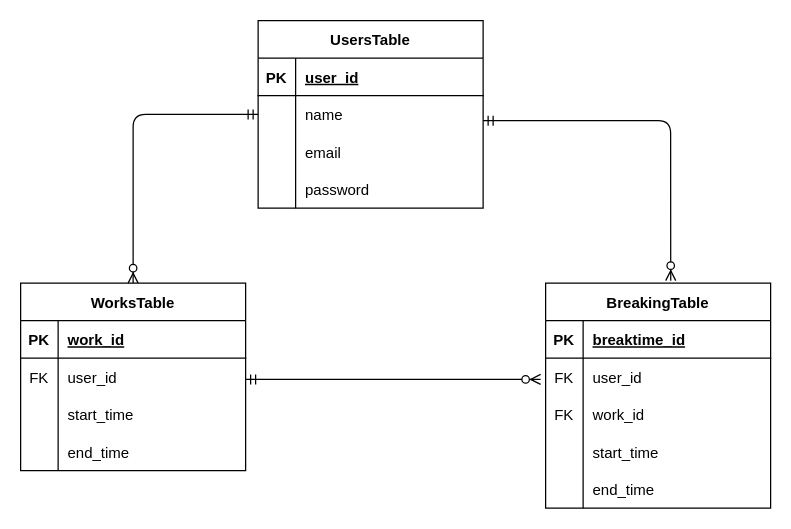
Earlier version of the draw.io diagram ER.dio (piroshi1989/atte). Source tidied: cells renumbered, new cells numbered last; positions are measured from the earlier drawing's top-left corner, leaving out a move shared by most shapes. Both pictures are drawn from the tidied source at 125%, with x=0, y=0 at pixel (20, 20).
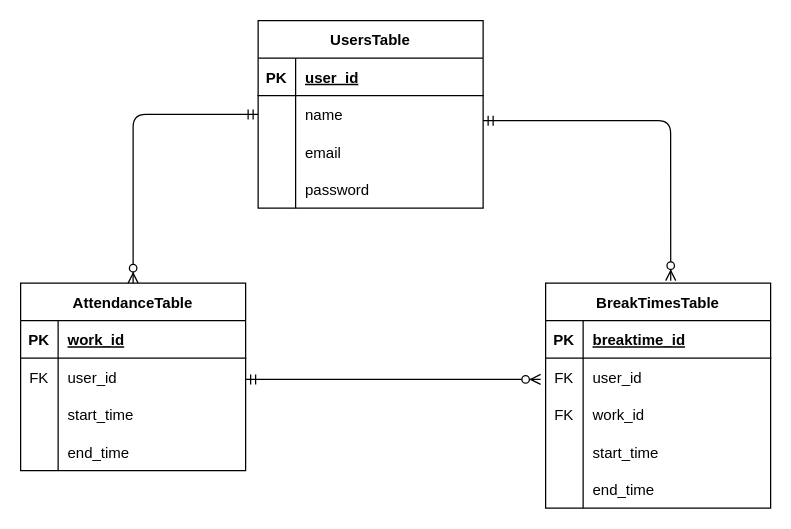
Above is the later version.

The edit, as a diff of the source:
```diff
@@
-    <mxCell id="15" value="WorksTable" style="shape=table;startSize=30;childLayout=tableLayout;rowLines=0;fontStyle=1;align=center;" parent="1" vertex="1">
+    <mxCell id="15" value="AttendanceTable" style="shape=table;startSize=30;childLayout=tableLayout;rowLines=0;fontStyle=1;align=center;" parent="1" vertex="1">
       <mxGeometry y="210" width="180" height="150" as="geometry" />
     </mxCell>
@@
-    <mxCell id="28" value="BreakingTable" style="shape=table;startSize=30;childLayout=tableLayout;rowLines=0;fontStyle=1;align=center;" parent="1" vertex="1">
+    <mxCell id="28" value="BreakTimesTable" style="shape=table;startSize=30;childLayout=tableLayout;rowLines=0;fontStyle=1;align=center;" parent="1" vertex="1">
       <mxGeometry x="420" y="210" width="180" height="180" as="geometry" />
     </mxCell>
```
